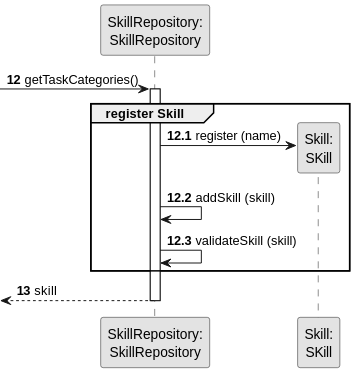
Above: docs/sprintA&B/us001/03.design/svg/us001-sequence-diagram-partial-register-skill.svg in daniel41silva05/ISEP_2023_2024_LAPR2 (PlantUML), before the change. Its diagram source:
```plantuml
@startuml
skinparam monochrome true
skinparam packageStyle rectangle
skinparam shadowing false

autonumber


participant "SkillRepository:\nSkillRepository" as SkillREP
participant "Skill:\nSKill" as SKILL

autonumber 12

 -> SkillREP : getTaskCategories()
autonumber 12.1
activate SkillREP
    group register Skill

            SkillREP -> SKILL** : register (name)

            SkillREP -> SkillREP : addSkill (skill)

            SkillREP -> SkillREP : validateSkill (skill)
    end
    autonumber 13
    <-- SkillREP  : skill
deactivate SkillREP
@enduml
```
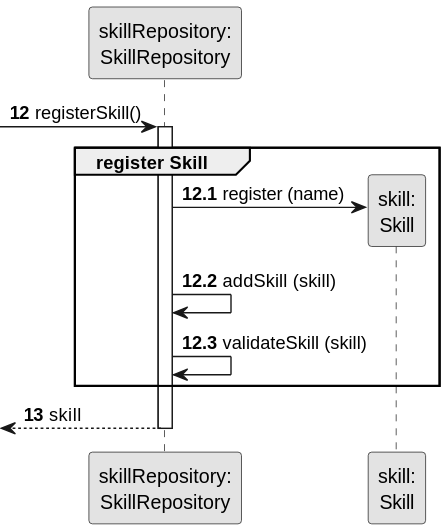
After the commit.

Change to the diagram source:
```diff
@@ -6,12 +6,12 @@
 autonumber
 
 
-participant "SkillRepository:\nSkillRepository" as SkillREP
-participant "Skill:\nSKill" as SKILL
+participant "skillRepository:\nSkillRepository" as SkillREP
+participant "skill:\nSkill" as SKILL
 
 autonumber 12
 
- -> SkillREP : getTaskCategories()
+ -> SkillREP : registerSkill()
 autonumber 12.1
 activate SkillREP
     group register Skill
```
